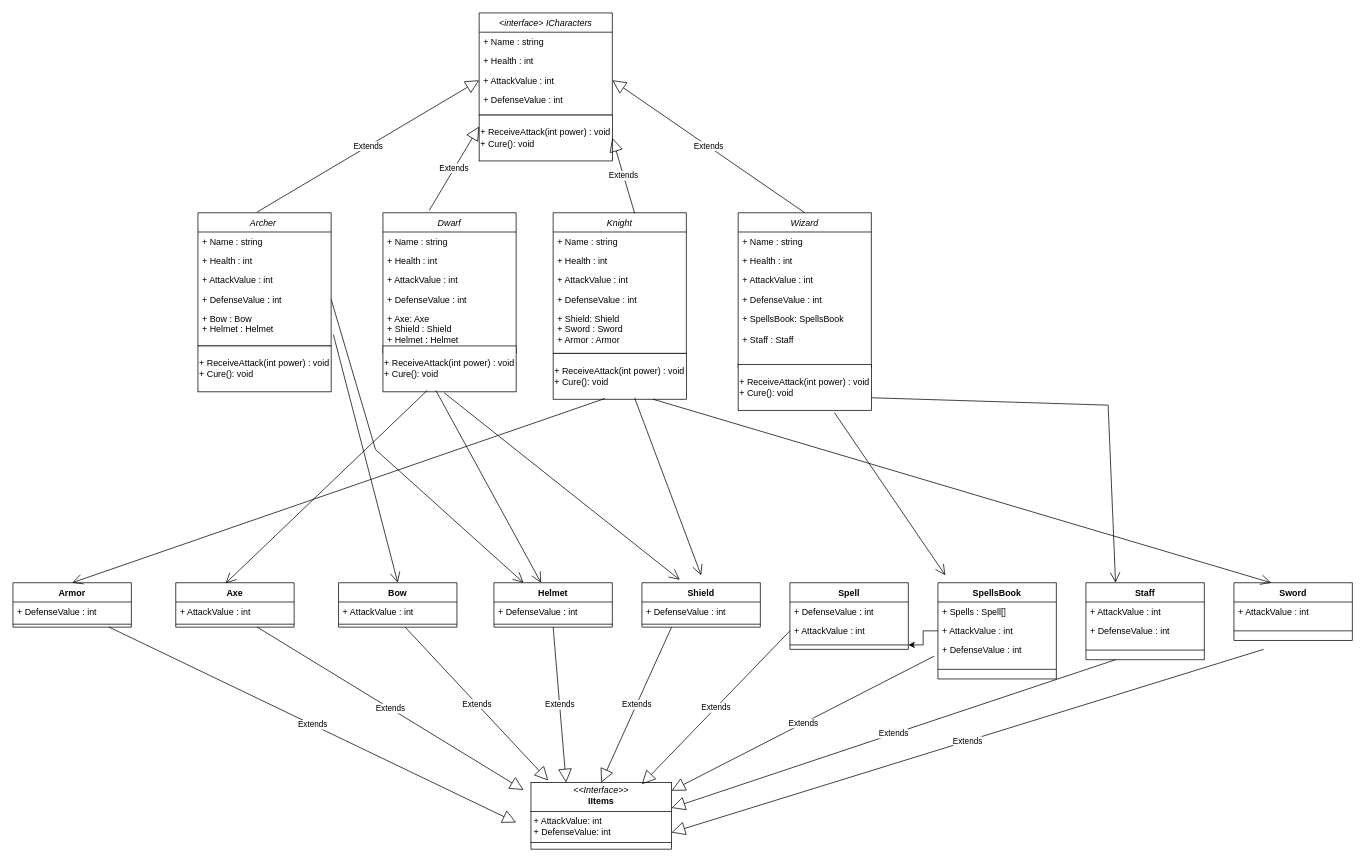
The draw.io diagram RolePlay2-UML.drawio in valentina-blanco/RolePlay2, before the edit. Source tidied: cells renumbered, new cells numbered last; positions are measured from the earlier drawing's top-left corner, leaving out a move shared by most shapes. Both pictures are drawn from the tidied source at 74%, with x=0, y=0 at pixel (13, 13).
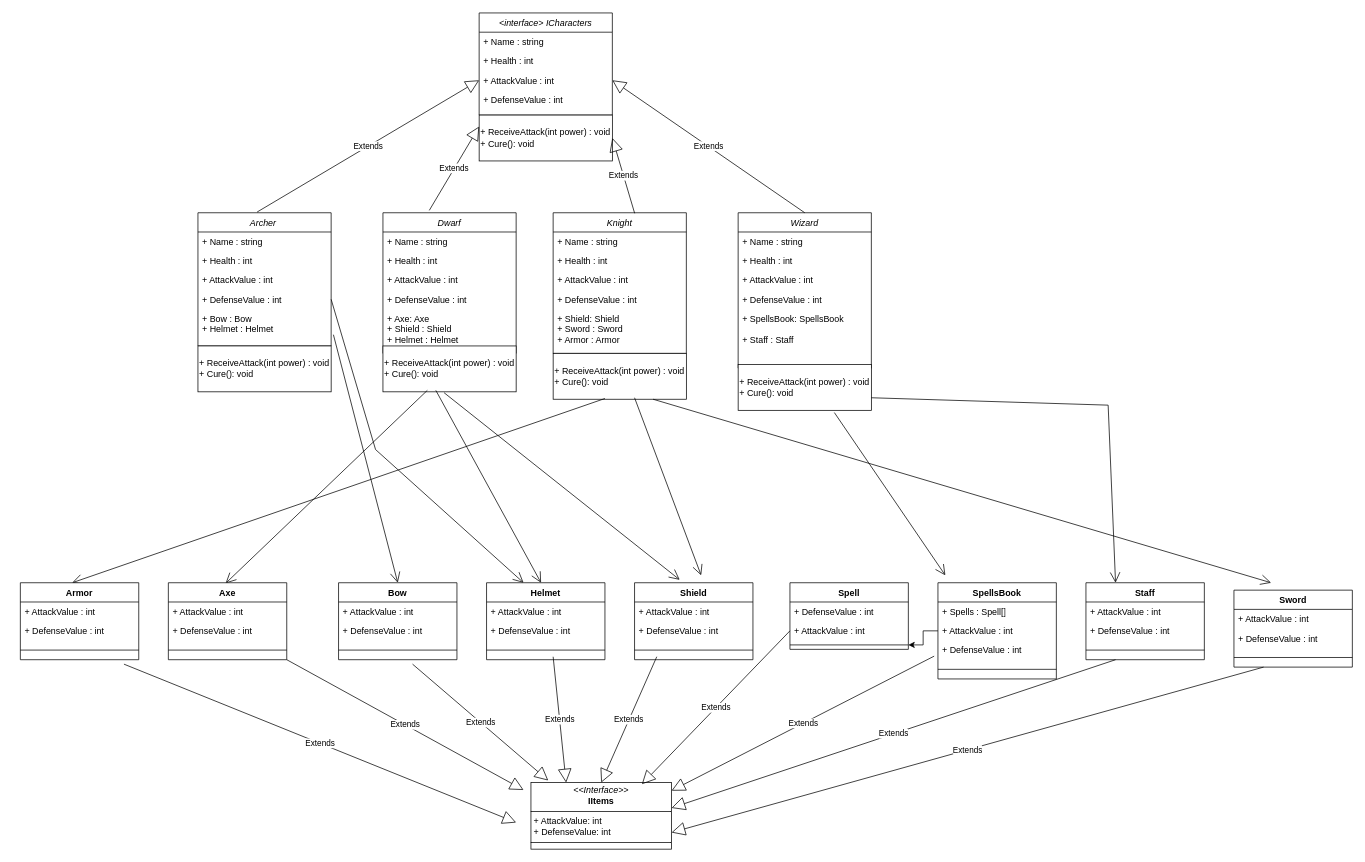
The same diagram, later.

Unchanged cells that the change refers to:
```xml
<mxCell id="13" value="+ DefenseValue : int" style="text;align=left;verticalAlign=top;spacingLeft=4;spacingRight=4;overflow=hidden;points=[[0,0.5],[1,0.5]];portConstraint=eastwest;" parent="9" vertex="1">
  <mxGeometry y="104" width="180" height="26" as="geometry" />
</mxCell>
<mxCell id="14" value="+ Bow : Bow&#10;+ Helmet : Helmet" style="text;align=left;verticalAlign=top;spacingLeft=4;spacingRight=4;overflow=hidden;points=[[0,0.5],[1,0.5]];portConstraint=eastwest;" parent="9" vertex="1">
  <mxGeometry y="130" width="180" height="50" as="geometry" />
</mxCell>
<mxCell id="23" style="rounded=0;whiteSpace=wrap;html=1;fillColor=default;" parent="1" vertex="1">
  <mxGeometry x="500" y="450" width="180" height="62" as="geometry" />
</mxCell>
<mxCell id="31" style="rounded=0;whiteSpace=wrap;html=1;fillColor=default;" parent="1" vertex="1">
  <mxGeometry x="730" y="460" width="180" height="62" as="geometry" />
</mxCell>
<mxCell id="87" value="&lt;p style=&quot;margin:0px;margin-top:4px;text-align:center;&quot;&gt;&lt;i&gt;&amp;lt;&amp;lt;Interface&amp;gt;&amp;gt;&lt;/i&gt;&lt;br&gt;&lt;b&gt;IItems&lt;/b&gt;&lt;/p&gt;&lt;hr size=&quot;1&quot; style=&quot;border-style:solid;&quot;&gt;&lt;p style=&quot;margin:0px;margin-left:4px;&quot;&gt;+ AttackValue: int&lt;br&gt;+ DefenseValue: int&lt;/p&gt;&lt;hr size=&quot;1&quot; style=&quot;border-style:solid;&quot;&gt;&lt;p style=&quot;margin:0px;margin-left:4px;&quot;&gt;&lt;br&gt;&lt;/p&gt;" style="verticalAlign=top;align=left;overflow=fill;html=1;whiteSpace=wrap;" parent="1" vertex="1">
  <mxGeometry x="700" y="1040" width="190" height="90" as="geometry" />
</mxCell>
```

What changed in the source:
```diff
@@
-    <mxCell id="41" value="Bow" style="swimlane;fontStyle=1;align=center;verticalAlign=top;horizontal=1;startSize=26;whiteSpace=wrap;html=1;" parent="1" vertex="1">
-      <mxGeometry x="440" y="770" width="160" height="60" as="geometry" />
-    </mxCell>
-    <mxCell id="42" value="+ AttackValue : int" style="text;strokeColor=none;fillColor=none;align=left;verticalAlign=top;spacingLeft=4;spacingRight=4;overflow=hidden;whiteSpace=wrap;html=1;" parent="41" vertex="1">
-      <mxGeometry y="26" width="160" height="26" as="geometry" />
-    </mxCell>
-    <mxCell id="43" style="line;strokeWidth=1;fillColor=none;align=left;verticalAlign=middle;spacingTop=-1;spacingLeft=3;spacingRight=3;labelPosition=right;strokeColor=inherit;" parent="41" vertex="1">
-      <mxGeometry y="52" width="160" height="8" as="geometry" />
-    </mxCell>
-    <mxCell id="44" value="Armor" style="swimlane;fontStyle=1;align=center;verticalAlign=top;horizontal=1;startSize=26;whiteSpace=wrap;html=1;" parent="1" vertex="1">
-      <mxGeometry y="770" width="160" height="60" as="geometry" />
-    </mxCell>
-    <mxCell id="45" value="+ DefenseValue : int" style="text;strokeColor=none;fillColor=none;align=left;verticalAlign=top;spacingLeft=4;spacingRight=4;overflow=hidden;whiteSpace=wrap;html=1;" parent="44" vertex="1">
-      <mxGeometry y="26" width="160" height="26" as="geometry" />
-    </mxCell>
-    <mxCell id="46" style="line;strokeWidth=1;fillColor=none;align=left;verticalAlign=middle;spacingTop=-1;spacingLeft=3;spacingRight=3;labelPosition=right;strokeColor=inherit;" parent="44" vertex="1">
-      <mxGeometry y="52" width="160" height="8" as="geometry" />
-    </mxCell>
-    <mxCell id="47" value="Axe" style="swimlane;fontStyle=1;align=center;verticalAlign=top;horizontal=1;startSize=26;whiteSpace=wrap;html=1;" parent="1" vertex="1">
-      <mxGeometry x="220" y="770" width="160" height="60" as="geometry" />
-    </mxCell>
-    <mxCell id="48" value="+ AttackValue : int" style="text;strokeColor=none;fillColor=none;align=left;verticalAlign=top;spacingLeft=4;spacingRight=4;overflow=hidden;whiteSpace=wrap;html=1;" parent="47" vertex="1">
-      <mxGeometry y="26" width="160" height="26" as="geometry" />
-    </mxCell>
-    <mxCell id="49" style="line;strokeWidth=1;fillColor=none;align=left;verticalAlign=middle;spacingTop=-1;spacingLeft=3;spacingRight=3;labelPosition=right;strokeColor=inherit;" parent="47" vertex="1">
-      <mxGeometry y="52" width="160" height="8" as="geometry" />
-    </mxCell>
-    <mxCell id="50" value="Helmet" style="swimlane;fontStyle=1;align=center;verticalAlign=top;horizontal=1;startSize=26;whiteSpace=wrap;html=1;" parent="1" vertex="1">
-      <mxGeometry x="650" y="770" width="160" height="60" as="geometry" />
-    </mxCell>
-    <mxCell id="51" value="+ DefenseValue : int" style="text;strokeColor=none;fillColor=none;align=left;verticalAlign=top;spacingLeft=4;spacingRight=4;overflow=hidden;whiteSpace=wrap;html=1;" parent="50" vertex="1">
-      <mxGeometry y="26" width="160" height="26" as="geometry" />
-    </mxCell>
-    <mxCell id="52" style="line;strokeWidth=1;fillColor=none;align=left;verticalAlign=middle;spacingTop=-1;spacingLeft=3;spacingRight=3;labelPosition=right;strokeColor=inherit;" parent="50" vertex="1">
-      <mxGeometry y="52" width="160" height="8" as="geometry" />
-    </mxCell>
-    <mxCell id="53" value="Shield" style="swimlane;fontStyle=1;align=center;verticalAlign=top;horizontal=1;startSize=26;whiteSpace=wrap;html=1;" parent="1" vertex="1">
-      <mxGeometry x="850" y="770" width="160" height="60" as="geometry" />
-    </mxCell>
-    <mxCell id="54" value="+ DefenseValue : int" style="text;strokeColor=none;fillColor=none;align=left;verticalAlign=top;spacingLeft=4;spacingRight=4;overflow=hidden;whiteSpace=wrap;html=1;" parent="53" vertex="1">
-      <mxGeometry y="26" width="160" height="26" as="geometry" />
-    </mxCell>
-    <mxCell id="55" style="line;strokeWidth=1;fillColor=none;align=left;verticalAlign=middle;spacingTop=-1;spacingLeft=3;spacingRight=3;labelPosition=right;strokeColor=inherit;" parent="53" vertex="1">
-      <mxGeometry y="52" width="160" height="8" as="geometry" />
-    </mxCell>
@@
-    <mxCell id="69" value="Sword" style="swimlane;fontStyle=1;align=center;verticalAlign=top;horizontal=1;startSize=26;whiteSpace=wrap;html=1;" parent="1" vertex="1">
-      <mxGeometry x="1650" y="770" width="160" height="78" as="geometry" />
-    </mxCell>
-    <mxCell id="70" value="+ AttackValue : int" style="text;strokeColor=none;fillColor=none;align=left;verticalAlign=top;spacingLeft=4;spacingRight=4;overflow=hidden;whiteSpace=wrap;html=1;" parent="69" vertex="1">
-      <mxGeometry y="26" width="160" height="26" as="geometry" />
-    </mxCell>
-    <mxCell id="71" style="line;strokeWidth=1;fillColor=none;align=left;verticalAlign=middle;spacingTop=-1;spacingLeft=3;spacingRight=3;labelPosition=right;strokeColor=inherit;" parent="69" vertex="1">
-      <mxGeometry y="52" width="160" height="26" as="geometry" />
-    </mxCell>
@@
-    <mxCell id="76" style="endArrow=open;endFill=1;endSize=12;html=1;rounded=0;exitX=1.017;exitY=0.696;exitDx=0;exitDy=0;exitPerimeter=0;entryX=0.5;entryY=0;entryDx=0;entryDy=0;" parent="1" edge="1" source="14" target="41">
-      <mxGeometry relative="1" as="geometry" />
+    <mxCell id="76" style="endArrow=open;endFill=1;endSize=12;html=1;rounded=0;exitX=1.017;exitY=0.696;exitDx=0;exitDy=0;exitPerimeter=0;entryX=0.5;entryY=0;entryDx=0;entryDy=0;" parent="1" edge="1" source="14">
+      <mxGeometry relative="1" as="geometry">
+        <mxPoint x="520" y="770" as="targetPoint" />
+      </mxGeometry>
     </mxCell>
-    <mxCell id="77" style="endArrow=open;endFill=1;endSize=12;html=1;rounded=0;exitX=1;exitY=0.5;exitDx=0;exitDy=0;entryX=0.25;entryY=0;entryDx=0;entryDy=0;" parent="1" edge="1" source="13" target="50">
+    <mxCell id="77" style="endArrow=open;endFill=1;endSize=12;html=1;rounded=0;exitX=1;exitY=0.5;exitDx=0;exitDy=0;entryX=0.25;entryY=0;entryDx=0;entryDy=0;" parent="1" edge="1" source="13">
       <mxGeometry relative="1" as="geometry">
+        <mxPoint x="690" y="770" as="targetPoint" />
         <Array as="points">
           <mxPoint x="490" y="590" />
         </Array>
       </mxGeometry>
     </mxCell>
-    <mxCell id="78" style="endArrow=open;endFill=1;endSize=12;html=1;rounded=0;entryX=0.421;entryY=0.013;entryDx=0;entryDy=0;entryPerimeter=0;" parent="1" edge="1" target="47">
+    <mxCell id="78" style="endArrow=open;endFill=1;endSize=12;html=1;rounded=0;entryX=0.421;entryY=0.013;entryDx=0;entryDy=0;entryPerimeter=0;" parent="1" edge="1">
       <mxGeometry relative="1" as="geometry">
         <mxPoint x="560" y="510" as="sourcePoint" />
+        <mxPoint x="287.4" y="770.8" as="targetPoint" />
       </mxGeometry>
     </mxCell>
-    <mxCell id="79" style="endArrow=open;endFill=1;endSize=12;html=1;rounded=0;entryX=0.319;entryY=-0.067;entryDx=0;entryDy=0;entryPerimeter=0;exitX=0.459;exitY=1.019;exitDx=0;exitDy=0;exitPerimeter=0;" parent="1" edge="1" source="23" target="53">
-      <mxGeometry relative="1" as="geometry" />
+    <mxCell id="79" style="endArrow=open;endFill=1;endSize=12;html=1;rounded=0;entryX=0.319;entryY=-0.067;entryDx=0;entryDy=0;entryPerimeter=0;exitX=0.459;exitY=1.019;exitDx=0;exitDy=0;exitPerimeter=0;" parent="1" edge="1" source="23">
+      <mxGeometry relative="1" as="geometry">
+        <mxPoint x="901" y="766" as="targetPoint" />
+      </mxGeometry>
     </mxCell>
-    <mxCell id="80" style="endArrow=open;endFill=1;endSize=12;html=1;rounded=0;exitX=0.397;exitY=0.968;exitDx=0;exitDy=0;exitPerimeter=0;" parent="1" edge="1" source="23" target="50">
-      <mxGeometry relative="1" as="geometry" />
+    <mxCell id="80" style="endArrow=open;endFill=1;endSize=12;html=1;rounded=0;exitX=0.397;exitY=0.968;exitDx=0;exitDy=0;exitPerimeter=0;" parent="1" edge="1" source="23">
+      <mxGeometry relative="1" as="geometry">
+        <mxPoint x="713.6" y="770" as="targetPoint" />
+      </mxGeometry>
     </mxCell>
@@
-    <mxCell id="82" style="endArrow=open;endFill=1;endSize=12;html=1;rounded=0;entryX=0.5;entryY=0;entryDx=0;entryDy=0;" parent="1" edge="1" target="44">
+    <mxCell id="82" style="endArrow=open;endFill=1;endSize=12;html=1;rounded=0;entryX=0.5;entryY=0;entryDx=0;entryDy=0;" parent="1" edge="1">
       <mxGeometry relative="1" as="geometry">
         <mxPoint x="800" y="521" as="sourcePoint" />
+        <mxPoint x="80" y="770" as="targetPoint" />
       </mxGeometry>
     </mxCell>
-    <mxCell id="83" style="endArrow=open;endFill=1;endSize=12;html=1;rounded=0;entryX=0.314;entryY=0;entryDx=0;entryDy=0;entryPerimeter=0;exitX=0.75;exitY=1;exitDx=0;exitDy=0;" parent="1" edge="1" source="31" target="69">
-      <mxGeometry relative="1" as="geometry" />
+    <mxCell id="83" style="endArrow=open;endFill=1;endSize=12;html=1;rounded=0;entryX=0.314;entryY=0;entryDx=0;entryDy=0;entryPerimeter=0;exitX=0.75;exitY=1;exitDx=0;exitDy=0;" parent="1" edge="1" source="31">
+      <mxGeometry relative="1" as="geometry">
+        <mxPoint x="1700.2" y="770" as="targetPoint" />
+      </mxGeometry>
     </mxCell>
@@
-    <mxCell id="88" value="Extends" style="endArrow=block;endSize=16;endFill=0;html=1;rounded=0;" parent="1" edge="1">
+    <mxCell id="88" value="Extends" style="endArrow=block;endSize=16;endFill=0;html=1;rounded=0;exitX=1;exitY=1;exitDx=0;exitDy=0;" parent="1" edge="1" source="47">
       <mxGeometry relative="1" as="geometry">
-        <mxPoint x="330" y="830" as="sourcePoint" />
         <mxPoint x="690" y="1050" as="targetPoint" />
       </mxGeometry>
     </mxCell>
     <mxCell id="89" value="Extends" style="endArrow=block;endSize=16;endFill=0;html=1;rounded=0;" parent="1" edge="1">
       <mxGeometry relative="1" as="geometry">
-        <mxPoint x="130" y="830" as="sourcePoint" />
+        <mxPoint x="150" y="880" as="sourcePoint" />
         <mxPoint x="680" y="1094" as="targetPoint" />
       </mxGeometry>
     </mxCell>
     <mxCell id="90" value="Extends" style="endArrow=block;endSize=16;endFill=0;html=1;rounded=0;entryX=0.123;entryY=-0.031;entryDx=0;entryDy=0;entryPerimeter=0;" parent="1" edge="1" target="87">
       <mxGeometry relative="1" as="geometry">
-        <mxPoint x="530" y="830" as="sourcePoint" />
+        <mxPoint x="540" y="880" as="sourcePoint" />
       </mxGeometry>
     </mxCell>
     <mxCell id="91" value="Extends" style="endArrow=block;endSize=16;endFill=0;html=1;rounded=0;entryX=0.25;entryY=0;entryDx=0;entryDy=0;" parent="1" edge="1" target="87">
       <mxGeometry relative="1" as="geometry">
-        <mxPoint x="730" y="830" as="sourcePoint" />
+        <mxPoint x="730" y="870" as="sourcePoint" />
       </mxGeometry>
     </mxCell>
     <mxCell id="92" value="Extends" style="endArrow=block;endSize=16;endFill=0;html=1;rounded=0;entryX=0.5;entryY=0;entryDx=0;entryDy=0;" parent="1" edge="1" target="87">
       <mxGeometry relative="1" as="geometry">
-        <mxPoint x="890" y="830" as="sourcePoint" />
+        <mxPoint x="870" y="870" as="sourcePoint" />
       </mxGeometry>
     </mxCell>
@@
-    <mxCell id="96" value="Extends" style="endArrow=block;endSize=16;endFill=0;html=1;rounded=0;entryX=1;entryY=0.75;entryDx=0;entryDy=0;" parent="1" edge="1" target="87">
-      <mxGeometry relative="1" as="geometry">
-        <mxPoint x="1690" y="860" as="sourcePoint" />
-      </mxGeometry>
+    <mxCell id="96" value="Extends" style="endArrow=block;endSize=16;endFill=0;html=1;rounded=0;entryX=1;entryY=0.75;entryDx=0;entryDy=0;exitX=0.25;exitY=1;exitDx=0;exitDy=0;" parent="1" edge="1" source="69" target="87">
+      <mxGeometry relative="1" as="geometry" />
     </mxCell>
+    <mxCell id="44" value="Armor" style="swimlane;fontStyle=1;align=center;verticalAlign=top;horizontal=1;startSize=26;whiteSpace=wrap;html=1;" parent="1" vertex="1">
+      <mxGeometry x="10" y="770" width="160" height="104" as="geometry" />
+    </mxCell>
+    <mxCell id="97" value="+ AttackValue : int" style="text;strokeColor=none;fillColor=none;align=left;verticalAlign=top;spacingLeft=4;spacingRight=4;overflow=hidden;whiteSpace=wrap;html=1;" parent="44" vertex="1">
+      <mxGeometry y="26" width="160" height="26" as="geometry" />
+    </mxCell>
+    <mxCell id="98" value="+ DefenseValue : int" style="text;strokeColor=none;fillColor=none;align=left;verticalAlign=top;spacingLeft=4;spacingRight=4;overflow=hidden;whiteSpace=wrap;html=1;" parent="44" vertex="1">
+      <mxGeometry y="52" width="160" height="26" as="geometry" />
+    </mxCell>
+    <mxCell id="99" style="line;strokeWidth=1;fillColor=none;align=left;verticalAlign=middle;spacingTop=-1;spacingLeft=3;spacingRight=3;labelPosition=right;strokeColor=inherit;" parent="44" vertex="1">
+      <mxGeometry y="78" width="160" height="26" as="geometry" />
+    </mxCell>
+    <mxCell id="47" value="Axe" style="swimlane;fontStyle=1;align=center;verticalAlign=top;horizontal=1;startSize=26;whiteSpace=wrap;html=1;" parent="1" vertex="1">
+      <mxGeometry x="210" y="770" width="160" height="104" as="geometry" />
+    </mxCell>
+    <mxCell id="100" value="+ AttackValue : int" style="text;strokeColor=none;fillColor=none;align=left;verticalAlign=top;spacingLeft=4;spacingRight=4;overflow=hidden;whiteSpace=wrap;html=1;" parent="47" vertex="1">
+      <mxGeometry y="26" width="160" height="26" as="geometry" />
+    </mxCell>
+    <mxCell id="101" value="+ DefenseValue : int" style="text;strokeColor=none;fillColor=none;align=left;verticalAlign=top;spacingLeft=4;spacingRight=4;overflow=hidden;whiteSpace=wrap;html=1;" parent="47" vertex="1">
+      <mxGeometry y="52" width="160" height="26" as="geometry" />
+    </mxCell>
+    <mxCell id="102" style="line;strokeWidth=1;fillColor=none;align=left;verticalAlign=middle;spacingTop=-1;spacingLeft=3;spacingRight=3;labelPosition=right;strokeColor=inherit;" parent="47" vertex="1">
+      <mxGeometry y="78" width="160" height="26" as="geometry" />
+    </mxCell>
+    <mxCell id="41" value="Bow" style="swimlane;fontStyle=1;align=center;verticalAlign=top;horizontal=1;startSize=26;whiteSpace=wrap;html=1;" parent="1" vertex="1">
+      <mxGeometry x="440" y="770" width="160" height="104" as="geometry" />
+    </mxCell>
+    <mxCell id="103" value="+ AttackValue : int" style="text;strokeColor=none;fillColor=none;align=left;verticalAlign=top;spacingLeft=4;spacingRight=4;overflow=hidden;whiteSpace=wrap;html=1;" parent="41" vertex="1">
+      <mxGeometry y="26" width="160" height="26" as="geometry" />
+    </mxCell>
+    <mxCell id="104" value="+ DefenseValue : int" style="text;strokeColor=none;fillColor=none;align=left;verticalAlign=top;spacingLeft=4;spacingRight=4;overflow=hidden;whiteSpace=wrap;html=1;" parent="41" vertex="1">
+      <mxGeometry y="52" width="160" height="26" as="geometry" />
+    </mxCell>
+    <mxCell id="105" style="line;strokeWidth=1;fillColor=none;align=left;verticalAlign=middle;spacingTop=-1;spacingLeft=3;spacingRight=3;labelPosition=right;strokeColor=inherit;" parent="41" vertex="1">
+      <mxGeometry y="78" width="160" height="26" as="geometry" />
+    </mxCell>
+    <mxCell id="50" value="Helmet" style="swimlane;fontStyle=1;align=center;verticalAlign=top;horizontal=1;startSize=26;whiteSpace=wrap;html=1;" parent="1" vertex="1">
+      <mxGeometry x="640" y="770" width="160" height="104" as="geometry" />
+    </mxCell>
+    <mxCell id="106" value="+ AttackValue : int" style="text;strokeColor=none;fillColor=none;align=left;verticalAlign=top;spacingLeft=4;spacingRight=4;overflow=hidden;whiteSpace=wrap;html=1;" parent="50" vertex="1">
+      <mxGeometry y="26" width="160" height="26" as="geometry" />
+    </mxCell>
+    <mxCell id="107" value="+ DefenseValue : int" style="text;strokeColor=none;fillColor=none;align=left;verticalAlign=top;spacingLeft=4;spacingRight=4;overflow=hidden;whiteSpace=wrap;html=1;" parent="50" vertex="1">
+      <mxGeometry y="52" width="160" height="26" as="geometry" />
+    </mxCell>
+    <mxCell id="108" style="line;strokeWidth=1;fillColor=none;align=left;verticalAlign=middle;spacingTop=-1;spacingLeft=3;spacingRight=3;labelPosition=right;strokeColor=inherit;" parent="50" vertex="1">
+      <mxGeometry y="78" width="160" height="26" as="geometry" />
+    </mxCell>
+    <mxCell id="53" value="Shield" style="swimlane;fontStyle=1;align=center;verticalAlign=top;horizontal=1;startSize=26;whiteSpace=wrap;html=1;" parent="1" vertex="1">
+      <mxGeometry x="840" y="770" width="160" height="104" as="geometry" />
+    </mxCell>
+    <mxCell id="109" value="+ AttackValue : int" style="text;strokeColor=none;fillColor=none;align=left;verticalAlign=top;spacingLeft=4;spacingRight=4;overflow=hidden;whiteSpace=wrap;html=1;" parent="53" vertex="1">
+      <mxGeometry y="26" width="160" height="26" as="geometry" />
+    </mxCell>
+    <mxCell id="110" value="+ DefenseValue : int" style="text;strokeColor=none;fillColor=none;align=left;verticalAlign=top;spacingLeft=4;spacingRight=4;overflow=hidden;whiteSpace=wrap;html=1;" parent="53" vertex="1">
+      <mxGeometry y="52" width="160" height="26" as="geometry" />
+    </mxCell>
+    <mxCell id="111" style="line;strokeWidth=1;fillColor=none;align=left;verticalAlign=middle;spacingTop=-1;spacingLeft=3;spacingRight=3;labelPosition=right;strokeColor=inherit;" parent="53" vertex="1">
+      <mxGeometry y="78" width="160" height="26" as="geometry" />
+    </mxCell>
+    <mxCell id="69" value="Sword" style="swimlane;fontStyle=1;align=center;verticalAlign=top;horizontal=1;startSize=26;whiteSpace=wrap;html=1;" parent="1" vertex="1">
+      <mxGeometry x="1650" y="780" width="160" height="104" as="geometry" />
+    </mxCell>
+    <mxCell id="112" value="+ AttackValue : int" style="text;strokeColor=none;fillColor=none;align=left;verticalAlign=top;spacingLeft=4;spacingRight=4;overflow=hidden;whiteSpace=wrap;html=1;" parent="69" vertex="1">
+      <mxGeometry y="26" width="160" height="26" as="geometry" />
+    </mxCell>
+    <mxCell id="113" value="+ DefenseValue : int" style="text;strokeColor=none;fillColor=none;align=left;verticalAlign=top;spacingLeft=4;spacingRight=4;overflow=hidden;whiteSpace=wrap;html=1;" parent="69" vertex="1">
+      <mxGeometry y="52" width="160" height="26" as="geometry" />
+    </mxCell>
+    <mxCell id="114" style="line;strokeWidth=1;fillColor=none;align=left;verticalAlign=middle;spacingTop=-1;spacingLeft=3;spacingRight=3;labelPosition=right;strokeColor=inherit;" parent="69" vertex="1">
+      <mxGeometry y="78" width="160" height="26" as="geometry" />
+    </mxCell>
```
